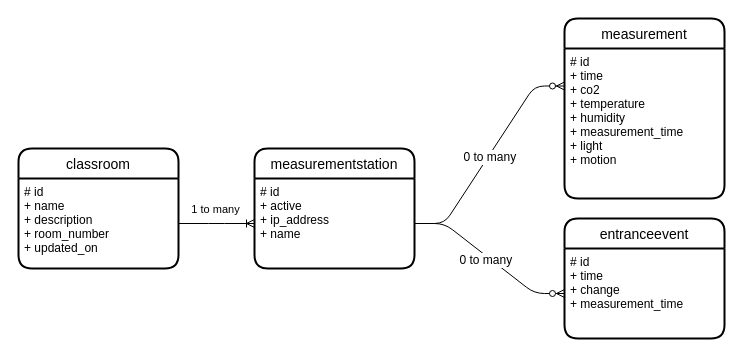
Before: Modelle/ERD/ERM_ERD_DDI_LE2.drawio in yvokeller/ddi-mc3, a draw.io diagram. Source tidied: cells renumbered, new cells numbered last; positions are measured from the earlier drawing's top-left corner, leaving out a move shared by most shapes. Both pictures are drawn from the tidied source at 100%, with x=0, y=0 at pixel (18, 18).
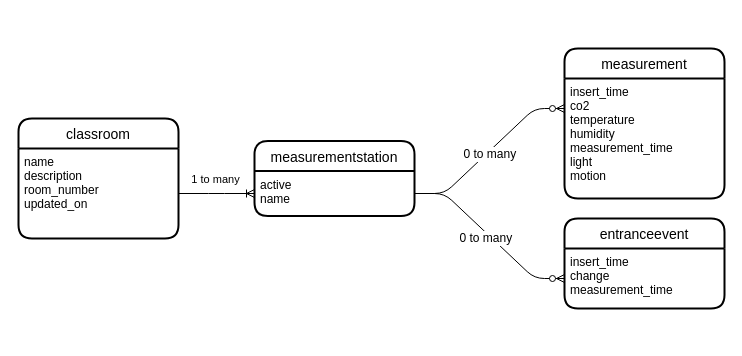
After the change.

Change to the diagram source:
```diff
@@
 <mxGraphModel>
   <root>
     <mxCell id="0" />
     <mxCell id="1" parent="0" />
     <mxCell id="2" value="entranceevent" style="swimlane;horizontal=1;startSize=30;rounded=1;fontSize=14;fontStyle=0;strokeWidth=2;shadow=0;dashed=0;align=center;" parent="1" vertex="1">
-      <mxGeometry x="546" y="200" width="160" height="120" as="geometry" />
+      <mxGeometry x="546" y="200" width="160" height="90" as="geometry" />
     </mxCell>
-    <mxCell id="3" value="# id&#10;+ time&#10;+ change&#10;+ measurement_time" style="align=left;strokeColor=none;fillColor=none;spacingLeft=4;fontSize=12;verticalAlign=top;" parent="2" vertex="1">
-      <mxGeometry y="30" width="160" height="90" as="geometry" />
+    <mxCell id="3" value="insert_time&#10;change&#10;measurement_time" style="align=left;strokeColor=none;fillColor=none;spacingLeft=4;fontSize=12;verticalAlign=top;" parent="2" vertex="1">
+      <mxGeometry y="30" width="160" height="60" as="geometry" />
     </mxCell>
     <mxCell id="4" value="measurementstation" style="swimlane;horizontal=1;startSize=30;rounded=1;fontSize=14;fontStyle=0;strokeWidth=2;shadow=0;dashed=0;align=center;" parent="1" vertex="1">
-      <mxGeometry x="236" y="130" width="160" height="120" as="geometry" />
+      <mxGeometry x="236" y="122.5" width="160" height="75" as="geometry" />
     </mxCell>
-    <mxCell id="5" value="# id&#10;+ active&#10;+ ip_address&#10;+ name" style="align=left;strokeColor=none;fillColor=none;spacingLeft=4;fontSize=12;verticalAlign=top;" parent="4" vertex="1">
-      <mxGeometry y="30" width="160" height="90" as="geometry" />
+    <mxCell id="5" value="active&#10;name" style="align=left;strokeColor=none;fillColor=none;spacingLeft=4;fontSize=12;verticalAlign=top;" parent="4" vertex="1">
+      <mxGeometry y="30" width="160" height="45" as="geometry" />
     </mxCell>
     <mxCell id="6" value="measurement" style="swimlane;horizontal=1;startSize=30;rounded=1;fontSize=14;fontStyle=0;strokeWidth=2;shadow=0;dashed=0;align=center;" parent="1" vertex="1">
-      <mxGeometry x="546" width="160" height="180" as="geometry" />
+      <mxGeometry x="546" y="30" width="160" height="150" as="geometry" />
     </mxCell>
-    <mxCell id="7" value="# id&#10;+ time&#10;+ co2&#10;+ temperature&#10;+ humidity&#10;+ measurement_time&#10;+ light&#10;+ motion&#10;" style="align=left;strokeColor=none;fillColor=none;spacingLeft=4;fontSize=12;verticalAlign=top;" parent="6" vertex="1">
-      <mxGeometry y="30" width="160" height="150" as="geometry" />
+    <mxCell id="7" value="insert_time&#10;co2&#10;temperature&#10;humidity&#10;measurement_time&#10;light&#10;motion&#10;" style="align=left;strokeColor=none;fillColor=none;spacingLeft=4;fontSize=12;verticalAlign=top;" parent="6" vertex="1">
+      <mxGeometry y="30" width="160" height="120" as="geometry" />
     </mxCell>
     <mxCell id="8" value="classroom" style="swimlane;horizontal=1;startSize=30;rounded=1;fontSize=14;fontStyle=0;strokeWidth=2;shadow=0;dashed=0;align=center;" parent="1" vertex="1">
-      <mxGeometry y="130" width="160" height="120" as="geometry" />
+      <mxGeometry y="100" width="160" height="120" as="geometry" />
     </mxCell>
-    <mxCell id="9" value="# id&#10;+ name&#10;+ description&#10;+ room_number&#10;+ updated_on&#10;" style="align=left;strokeColor=none;fillColor=none;spacingLeft=4;fontSize=12;verticalAlign=top;" parent="8" vertex="1">
+    <mxCell id="9" value="name&#10;description&#10;room_number&#10;updated_on&#10;" style="align=left;strokeColor=none;fillColor=none;spacingLeft=4;fontSize=12;verticalAlign=top;" parent="8" vertex="1">
       <mxGeometry y="30" width="160" height="90" as="geometry" />
     </mxCell>
     <mxCell id="10" style="edgeStyle=entityRelationEdgeStyle;fontSize=12;html=1;endArrow=ERoneToMany;rounded=0;exitX=1;exitY=0.5;exitDx=0;exitDy=0;entryX=0;entryY=0.5;entryDx=0;entryDy=0;" parent="1" edge="1" source="9" target="5">
       <mxGeometry relative="1" as="geometry" />
     </mxCell>
     <mxCell id="11" value="1 to many" style="edgeLabel;html=1;align=center;verticalAlign=middle;" parent="10" vertex="1">
       <mxGeometry x="-0.24" y="-3" relative="1" as="geometry">
         <mxPoint x="7" y="-18" as="offset" />
       </mxGeometry>
     </mxCell>
     <mxCell id="12" style="edgeStyle=entityRelationEdgeStyle;fontSize=12;html=1;endArrow=ERzeroToMany;endFill=1;exitX=1;exitY=0.5;exitDx=0;exitDy=0;entryX=0;entryY=0.25;entryDx=0;entryDy=0;" parent="1" edge="1" source="5" target="7">
       <mxGeometry relative="1" as="geometry" />
     </mxCell>
     <mxCell id="13" value="0 to many&amp;nbsp;" style="text;html=1;align=center;verticalAlign=middle;labelBackgroundColor=#ffffff;" parent="12" vertex="1">
       <mxGeometry x="-0.01" y="-3" relative="1" as="geometry" />
     </mxCell>
     <mxCell id="14" style="edgeStyle=entityRelationEdgeStyle;fontSize=12;html=1;endArrow=ERzeroToMany;endFill=1;exitX=1;exitY=0.5;exitDx=0;exitDy=0;entryX=0;entryY=0.5;entryDx=0;entryDy=0;" parent="1" edge="1" source="5" target="3">
       <mxGeometry relative="1" as="geometry" />
     </mxCell>
     <mxCell id="15" value="0 to many&amp;nbsp;" style="text;html=1;align=center;verticalAlign=middle;labelBackgroundColor=#ffffff;" parent="14" vertex="1">
       <mxGeometry x="-0.01" y="-3" relative="1" as="geometry" />
     </mxCell>
   </root>
 </mxGraphModel>
```
